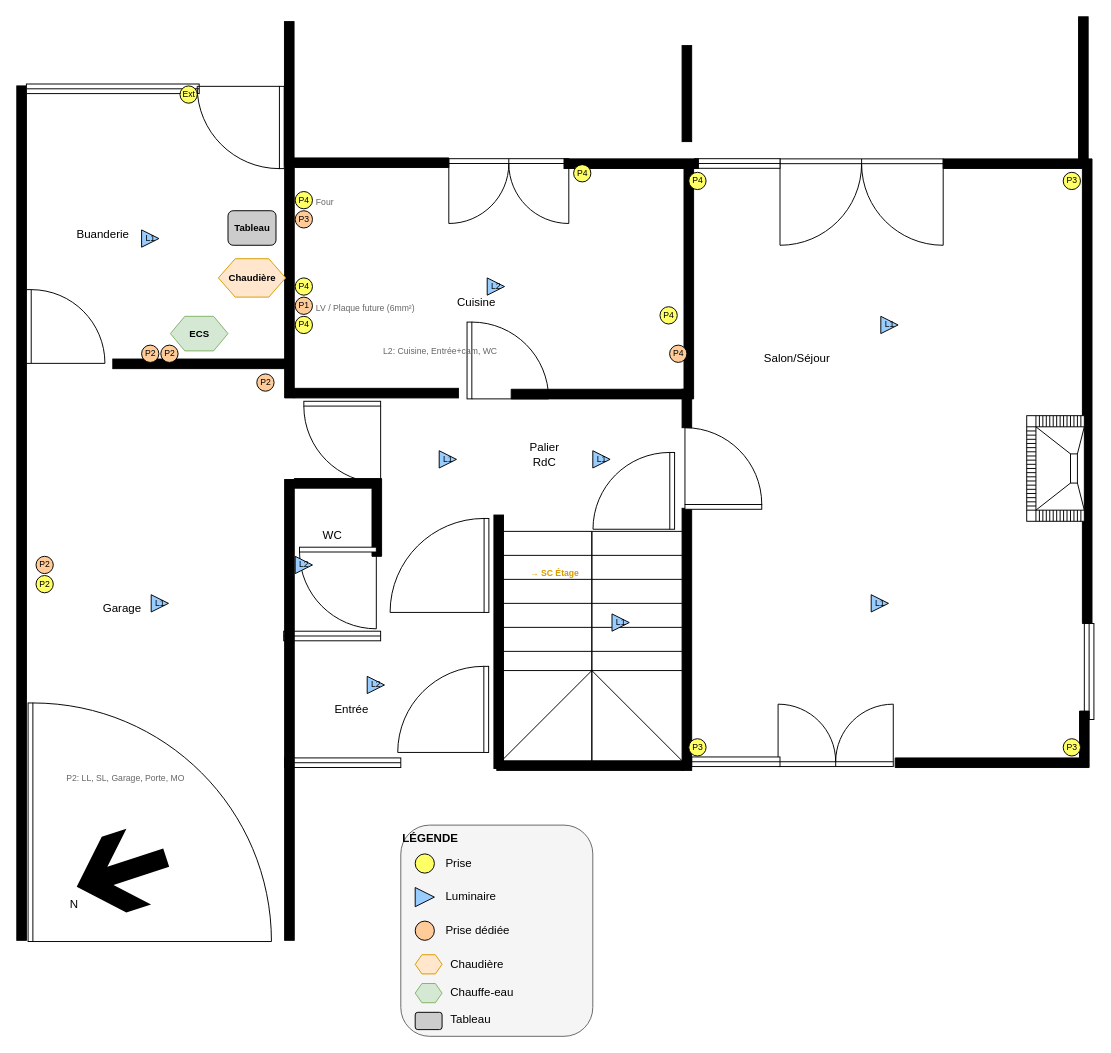
pledou/RenovationElectrique keeps this draw.io diagram as doc/plans_etage/Rdc_elec.drawio. Above is the earlier version. Source tidied: cells renumbered, new cells numbered last; positions are measured from the earlier drawing's top-left corner, leaving out a move shared by most shapes. Both pictures are drawn from the tidied source at 96%, with x=0, y=0 at pixel (16, 16).
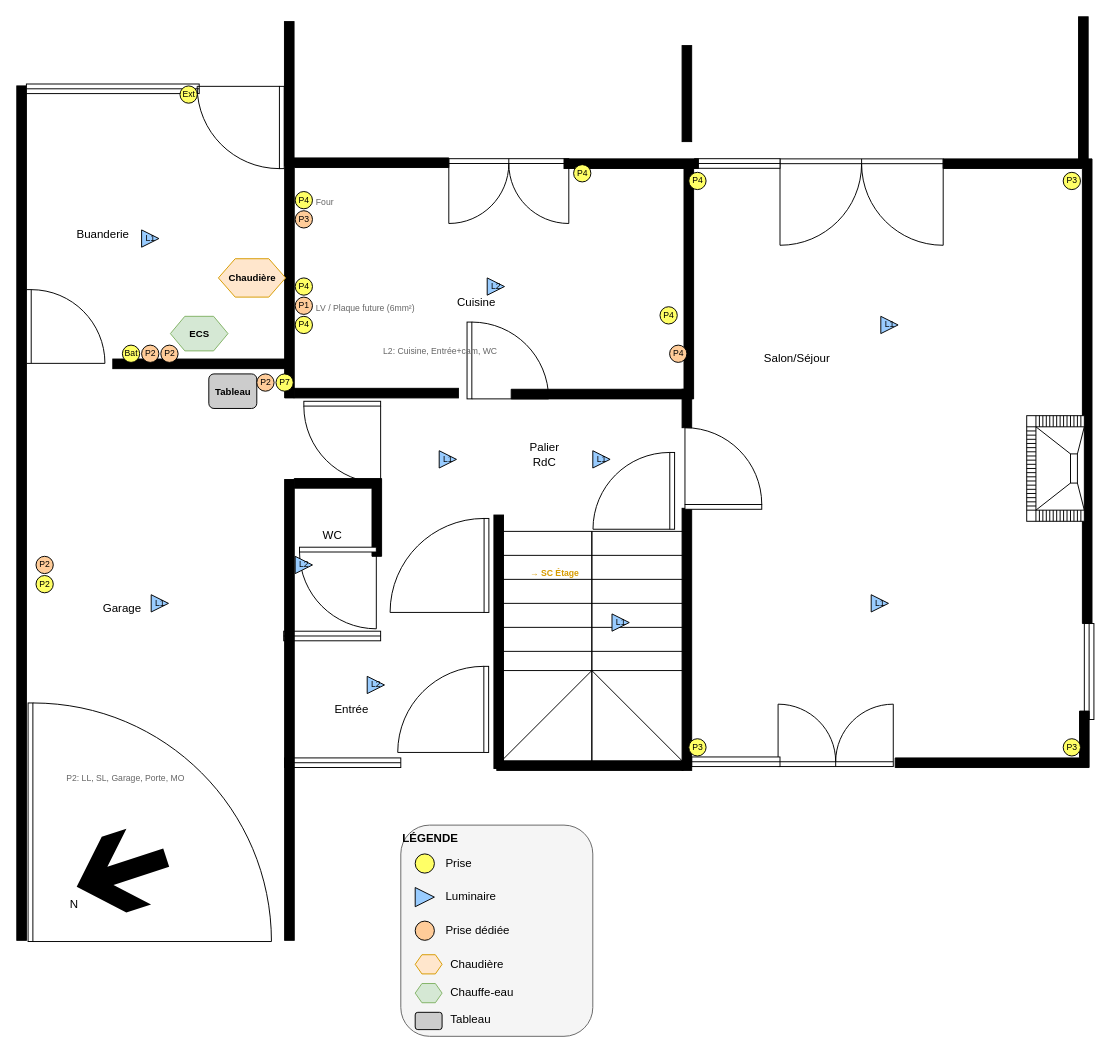
After the change.

Diff of the diagram source:
```diff
@@
     <mxCell id="63" value="Tableau" style="shape=rectangle;fillColor=#CCCCCC;strokeColor=#000000;rounded=1;html=1;fontStyle=1;fontSize=10;" parent="49" vertex="1">
-      <mxGeometry x="220" y="202" width="50" height="36" as="geometry" />
+      <mxGeometry x="200" y="372" width="50" height="36" as="geometry" />
     </mxCell>
@@
+    <mxCell id="99" value="P7" style="shape=ellipse;fillColor=#FFFF66;strokeColor=#000000;html=1;fontSize=9;" parent="49" vertex="1">
+      <mxGeometry x="270" y="372" width="18" height="18" as="geometry" />
+    </mxCell>
+    <mxCell id="100" value="Bat" style="shape=ellipse;fillColor=#FFFF66;strokeColor=#000000;html=1;fontSize=9;" parent="49" vertex="1">
+      <mxGeometry x="110" y="342" width="18" height="18" as="geometry" />
+    </mxCell>
```
